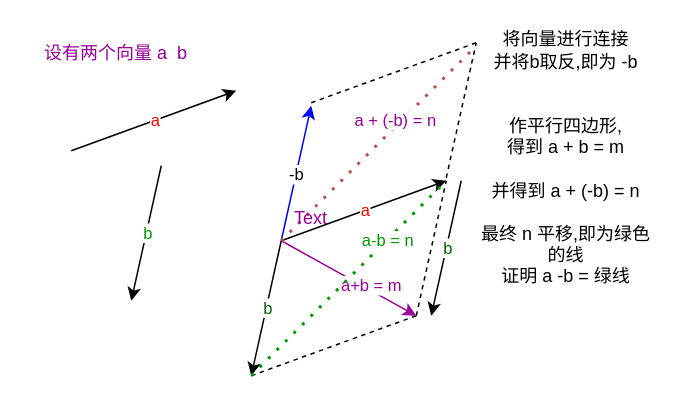
Before: Math/img/向量加减推导.drawio in yulinxx/xxNote, a draw.io diagram. Source tidied: cells renumbered, new cells numbered last; positions are measured from the earlier drawing's top-left corner, leaving out a move shared by most shapes. Both pictures are drawn from the tidied source at 150%, with x=0, y=0 at pixel (26, 30).
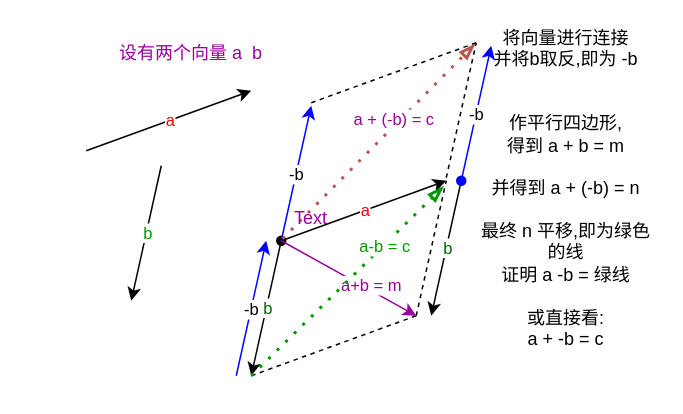
The same diagram, later.

Unchanged cells that the change refers to:
```xml
<mxCell id="24" value="Text" style="text;html=1;strokeColor=none;fillColor=none;align=center;verticalAlign=middle;whiteSpace=wrap;rounded=0;fontColor=#990099;" parent="1" vertex="1">
  <mxGeometry x="160" y="110" width="60" height="30" as="geometry" />
</mxCell>
```

Diff of the diagram source:
```diff
@@
-    <mxCell id="2" style="endArrow=classic;html=1;rounded=0;" parent="1" edge="1">
+    <mxCell id="2" style="endArrow=classic;html=1;rounded=0;startArrow=oval;startFill=1;" parent="1" edge="1">
       <mxGeometry relative="1" as="geometry">
         <mxPoint x="170" y="140" as="sourcePoint" />
         <mxPoint x="280" y="100" as="targetPoint" />
       </mxGeometry>
     </mxCell>
@@
     <mxCell id="6" style="endArrow=classic;html=1;rounded=0;" parent="1" edge="1">
       <mxGeometry relative="1" as="geometry">
-        <mxPoint x="30" y="80" as="sourcePoint" />
-        <mxPoint x="140" y="40" as="targetPoint" />
+        <mxPoint x="40" y="80" as="sourcePoint" />
+        <mxPoint x="150" y="40" as="targetPoint" />
       </mxGeometry>
     </mxCell>
@@
-    <mxCell id="20" style="endArrow=none;dashed=1;html=1;dashPattern=1 3;strokeWidth=2;rounded=0;fontColor=#990099;jumpStyle=none;fillColor=#f8cecc;strokeColor=#b85450;" parent="1" edge="1">
+    <mxCell id="20" style="endArrow=blockThin;dashed=1;html=1;dashPattern=1 3;strokeWidth=2;rounded=0;fontColor=#990099;jumpStyle=none;fillColor=#f8cecc;strokeColor=#b85450;endFill=0;exitX=0.182;exitY=0.953;exitDx=0;exitDy=0;exitPerimeter=0;" parent="1" edge="1" source="24">
       <mxGeometry relative="1" as="geometry">
-        <mxPoint x="170" y="140" as="sourcePoint" />
-        <mxPoint x="300" y="10" as="targetPoint" />
+        <mxPoint x="299" y="9" as="targetPoint" />
       </mxGeometry>
     </mxCell>
-    <mxCell id="21" value="a + (-b) = n" style="edgeLabel;html=1;align=center;verticalAlign=middle;fontColor=#990099;" parent="20" vertex="1">
+    <mxCell id="21" value="a + (-b) = c" style="edgeLabel;html=1;align=center;verticalAlign=middle;fontColor=#990099;" parent="20" vertex="1">
       <mxGeometry x="0.09" y="-2" relative="1" as="geometry">
         <mxPoint x="3" y="-11" as="offset" />
       </mxGeometry>
     </mxCell>
-    <mxCell id="22" style="endArrow=none;dashed=1;html=1;dashPattern=1 3;strokeWidth=2;rounded=0;fontColor=#990099;jumpStyle=none;strokeColor=#009900;" parent="1" edge="1">
+    <mxCell id="22" style="endArrow=blockThin;dashed=1;html=1;dashPattern=1 3;strokeWidth=2;rounded=0;fontColor=#990099;jumpStyle=none;strokeColor=#009900;endFill=0;" parent="1" edge="1">
       <mxGeometry relative="1" as="geometry">
         <mxPoint x="150" y="230" as="sourcePoint" />
-        <mxPoint x="280" y="100" as="targetPoint" />
+        <mxPoint x="278" y="104" as="targetPoint" />
       </mxGeometry>
     </mxCell>
-    <mxCell id="23" value="&lt;font color=&quot;#009900&quot;&gt;a-b = n&lt;/font&gt;" style="edgeLabel;html=1;align=center;verticalAlign=middle;fontColor=#990099;" parent="22" vertex="1">
+    <mxCell id="23" value="&lt;font color=&quot;#009900&quot;&gt;a-b = c&lt;br&gt;&lt;/font&gt;" style="edgeLabel;html=1;align=center;verticalAlign=middle;fontColor=#990099;" parent="22" vertex="1">
       <mxGeometry x="0.53" y="2" relative="1" as="geometry">
         <mxPoint x="-8" y="11" as="offset" />
       </mxGeometry>
     </mxCell>
@@
     <mxCell id="25" value="设有两个向量 a&amp;nbsp; b&lt;br&gt;" style="text;html=1;strokeColor=none;fillColor=none;align=center;verticalAlign=middle;whiteSpace=wrap;rounded=0;fontColor=#990099;" parent="1" vertex="1">
-      <mxGeometry width="120" height="30" as="geometry" />
+      <mxGeometry x="50" width="120" height="30" as="geometry" />
     </mxCell>
-    <mxCell id="26" value="&lt;font color=&quot;#000000&quot;&gt;将向量进行连接&lt;br&gt;并将b取反,即为 -b&lt;br&gt;&lt;br&gt;&lt;br&gt;作平行四边形,&lt;br&gt;得到 a + b = m&lt;br&gt;&lt;br&gt;并得到 a + (-b) = n&lt;br&gt;&lt;br&gt;最终 n 平移,即为绿色的线&lt;br&gt;证明 a -b = 绿线&lt;/font&gt;" style="text;html=1;strokeColor=none;fillColor=none;align=center;verticalAlign=middle;whiteSpace=wrap;rounded=0;fontColor=#990099;" parent="1" vertex="1">
-      <mxGeometry x="300" y="70" width="120" height="30" as="geometry" />
+    <mxCell id="26" value="&lt;font color=&quot;#000000&quot;&gt;将向量进行连接&lt;br&gt;并将b取反,即为 -b&lt;br&gt;&lt;br&gt;&lt;br&gt;作平行四边形,&lt;br&gt;得到 a + b = m&lt;br&gt;&lt;br&gt;并得到 a + (-b) = n&lt;br&gt;&lt;br&gt;最终 n 平移,即为绿色的线&lt;br&gt;证明 a -b = 绿线&lt;br&gt;&lt;br&gt;或直接看:&lt;br&gt;a + -b = c&lt;br&gt;&lt;/font&gt;" style="text;html=1;strokeColor=none;fillColor=none;align=center;verticalAlign=middle;whiteSpace=wrap;rounded=0;fontColor=#990099;" parent="1" vertex="1">
+      <mxGeometry x="300" y="90" width="120" height="30" as="geometry" />
     </mxCell>
+    <mxCell id="27" style="endArrow=classic;html=1;rounded=0;strokeColor=#0000FF;" parent="1" edge="1">
+      <mxGeometry relative="1" as="geometry">
+        <mxPoint x="140" y="230" as="sourcePoint" />
+        <mxPoint x="160" y="140" as="targetPoint" />
+      </mxGeometry>
+    </mxCell>
+    <mxCell id="28" value="-b" style="edgeLabel;html=1;align=center;verticalAlign=middle;" parent="27" vertex="1">
+      <mxGeometry relative="1" as="geometry" />
+    </mxCell>
+    <mxCell id="29" style="endArrow=classic;html=1;rounded=0;strokeColor=#0000FF;startArrow=oval;startFill=1;" parent="1" edge="1">
+      <mxGeometry relative="1" as="geometry">
+        <mxPoint x="290" y="100" as="sourcePoint" />
+        <mxPoint x="310" y="10" as="targetPoint" />
+      </mxGeometry>
+    </mxCell>
+    <mxCell id="30" value="-b" style="edgeLabel;html=1;align=center;verticalAlign=middle;" parent="29" vertex="1">
+      <mxGeometry relative="1" as="geometry" />
+    </mxCell>
```
